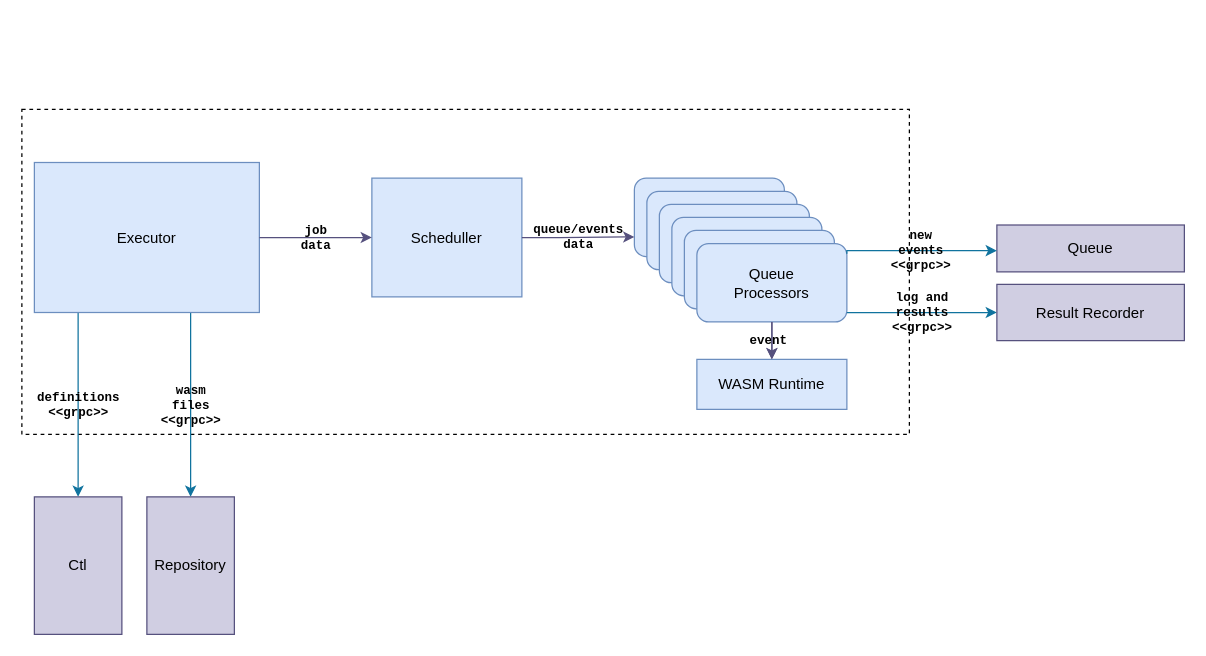
andrescosta/jobico-fn keeps this draw.io diagram as page "Executor" (8 of 14) of docs/Jobico.drawio. Above is the earlier version. Source tidied: cells renumbered, new cells numbered last; positions are measured from the earlier drawing's top-left corner, leaving out a move shared by most shapes. Both pictures are drawn from the tidied source at 125%, with x=0, y=0 at pixel (21, 109).
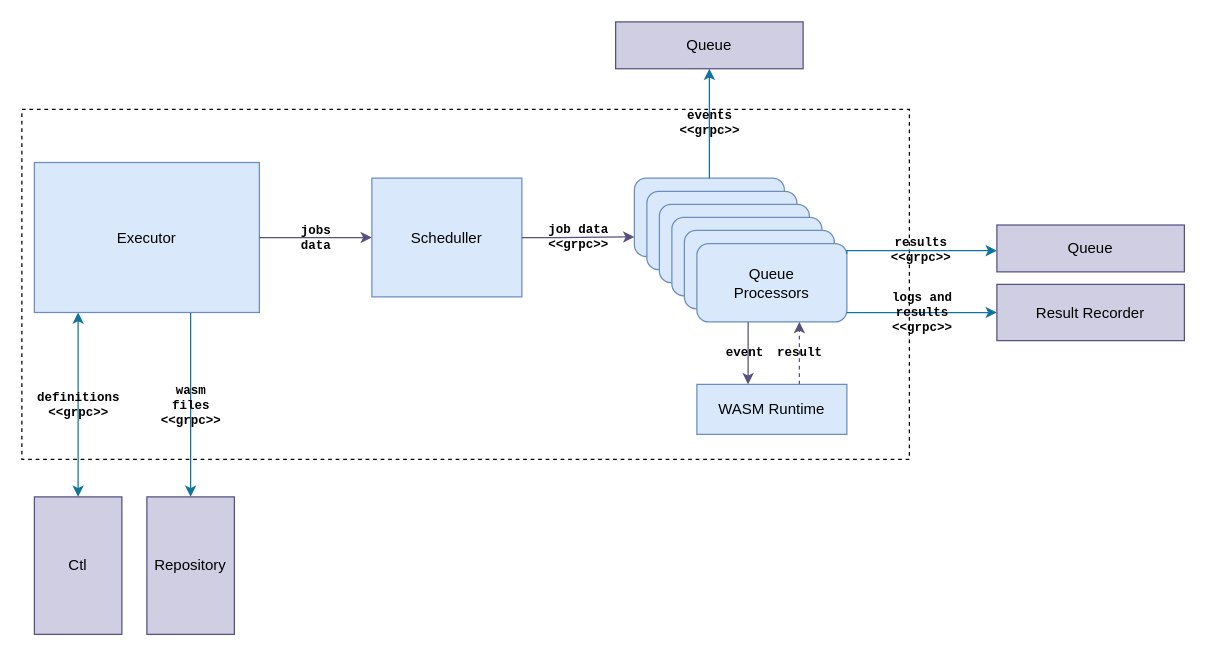
Above is the later version.

The change refers to these unchanged cells:
```xml
<mxCell id="5" value="Executor" style="rounded=0;whiteSpace=wrap;html=1;labelBackgroundColor=none;fillColor=#dae8fc;strokeColor=#6c8ebf;" parent="1" vertex="1">
  <mxGeometry x="10" y="42.5" width="180" height="120" as="geometry" />
</mxCell>
<mxCell id="6" value="Scheduller" style="rounded=0;whiteSpace=wrap;html=1;labelBackgroundColor=none;fillColor=#dae8fc;strokeColor=#6c8ebf;" parent="1" vertex="1">
  <mxGeometry x="280" y="55" width="120" height="95" as="geometry" />
</mxCell>
<mxCell id="9" style="rounded=1;whiteSpace=wrap;html=1;labelBackgroundColor=none;fillColor=#dae8fc;strokeColor=#6c8ebf;" parent="8" vertex="1">
  <mxGeometry width="120" height="62.7" as="geometry" />
</mxCell>
<mxCell id="14" value="Queue&lt;br&gt;Processors" style="rounded=1;whiteSpace=wrap;html=1;labelBackgroundColor=none;fillColor=#dae8fc;strokeColor=#6c8ebf;" parent="8" vertex="1">
  <mxGeometry x="50" y="52.3" width="120" height="62.7" as="geometry" />
</mxCell>
<mxCell id="19" value="Ctl" style="rounded=0;whiteSpace=wrap;html=1;labelBackgroundColor=none;fillColor=#d0cee2;strokeColor=#56517e;" parent="1" vertex="1">
  <mxGeometry x="10" y="310" width="70" height="110" as="geometry" />
</mxCell>
```

Diff of the diagram source:
```diff
@@
     <mxCell id="2" style="rounded=0;whiteSpace=wrap;html=1;dashed=1;labelBackgroundColor=none;" parent="1" vertex="1">
-      <mxGeometry width="710" height="260" as="geometry" />
+      <mxGeometry width="710" height="280" as="geometry" />
     </mxCell>
-    <mxCell id="3" value="definitions&lt;br style=&quot;font-size: 10px;&quot;&gt;&amp;lt;&amp;lt;grpc&amp;gt;&amp;gt;" style="edgeStyle=orthogonalEdgeStyle;rounded=0;jettySize=auto;html=1;labelBackgroundColor=none;fontColor=default;fillColor=#b1ddf0;strokeColor=#10739e;fontFamily=Courier New;fontStyle=1;fontSize=10;" parent="1" edge="1" source="5" target="19">
+    <mxCell id="3" value="definitions&lt;br style=&quot;font-size: 10px;&quot;&gt;&amp;lt;&amp;lt;grpc&amp;gt;&amp;gt;" style="edgeStyle=orthogonalEdgeStyle;rounded=0;jettySize=auto;html=1;labelBackgroundColor=none;fontColor=default;fillColor=#b1ddf0;strokeColor=#10739e;fontFamily=Courier New;fontStyle=1;fontSize=10;startArrow=classic;startFill=1;" parent="1" edge="1" source="5" target="19">
       <mxGeometry relative="1" as="geometry">
         <Array as="points">
           <mxPoint x="45" y="190" />
           <mxPoint x="45" y="190" />
         </Array>
       </mxGeometry>
     </mxCell>
@@
-    <mxCell id="7" value="job &lt;br style=&quot;font-size: 10px;&quot;&gt;data" style="endArrow=classic;html=1;rounded=0;entryX=0;entryY=0.5;entryDx=0;entryDy=0;labelBackgroundColor=none;fontColor=default;fillColor=#d0cee2;strokeColor=#56517e;fontFamily=Courier New;fontStyle=1;fontSize=10;" parent="1" edge="1" source="5" target="6">
+    <mxCell id="7" value="jobs&lt;br style=&quot;font-size: 10px;&quot;&gt;data" style="endArrow=classic;html=1;rounded=0;entryX=0;entryY=0.5;entryDx=0;entryDy=0;labelBackgroundColor=none;fontColor=default;fillColor=#d0cee2;strokeColor=#56517e;fontFamily=Courier New;fontStyle=1;fontSize=10;" parent="1" edge="1" source="5" target="6">
       <mxGeometry relative="1" as="geometry" />
     </mxCell>
@@
-    <mxCell id="16" value="new &lt;br style=&quot;font-size: 10px;&quot;&gt;events&lt;br style=&quot;font-size: 10px;&quot;&gt;&amp;lt;&amp;lt;grpc&amp;gt;&amp;gt;" style="edgeStyle=orthogonalEdgeStyle;rounded=0;orthogonalLoop=1;jettySize=auto;html=1;labelBackgroundColor=none;fontColor=default;fillColor=#b1ddf0;strokeColor=#10739e;fontFamily=Courier New;fontStyle=1;fontSize=10;" parent="1" edge="1">
+    <mxCell id="16" value="results&lt;br style=&quot;font-size: 10px;&quot;&gt;&amp;lt;&amp;lt;grpc&amp;gt;&amp;gt;" style="edgeStyle=orthogonalEdgeStyle;rounded=0;orthogonalLoop=1;jettySize=auto;html=1;labelBackgroundColor=none;fontColor=default;fillColor=#b1ddf0;strokeColor=#10739e;fontFamily=Courier New;fontStyle=1;fontSize=10;" parent="1" edge="1">
       <mxGeometry relative="1" as="geometry">
         <mxPoint x="660" y="115.5" as="sourcePoint" />
         <mxPoint x="780" y="113" as="targetPoint" />
         <Array as="points">
           <mxPoint x="660" y="113" />
         </Array>
       </mxGeometry>
     </mxCell>
+    <mxCell id="25" value="&lt;font style=&quot;font-size: 10px;&quot;&gt;result&lt;/font&gt;" style="edgeStyle=orthogonalEdgeStyle;rounded=0;orthogonalLoop=1;jettySize=auto;html=1;entryX=0.5;entryY=1;entryDx=0;entryDy=0;strokeColor=#56517e;align=center;verticalAlign=middle;fontFamily=Courier New;fontSize=11;fontColor=default;fontStyle=1;labelBackgroundColor=none;endArrow=classic;fillColor=#d0cee2;dashed=1;" parent="1" edge="1">
+      <mxGeometry relative="1" as="geometry">
+        <mxPoint x="622" y="220" as="sourcePoint" />
+        <mxPoint x="622" y="170" as="targetPoint" />
+      </mxGeometry>
+    </mxCell>
     <mxCell id="17" value="WASM Runtime" style="rounded=0;whiteSpace=wrap;html=1;labelBackgroundColor=none;fillColor=#dae8fc;strokeColor=#6c8ebf;" parent="1" vertex="1">
-      <mxGeometry x="540" y="200" width="120" height="40" as="geometry" />
+      <mxGeometry x="540" y="220" width="120" height="40" as="geometry" />
     </mxCell>
-    <mxCell id="18" value="&lt;font face=&quot;Courier New&quot; style=&quot;font-size: 10px;&quot;&gt;&lt;b style=&quot;font-size: 10px;&quot;&gt;event&amp;nbsp;&lt;/b&gt;&lt;/font&gt;" style="endArrow=classic;html=1;rounded=0;exitX=0.5;exitY=1;exitDx=0;exitDy=0;entryX=0.5;entryY=0;entryDx=0;entryDy=0;labelBackgroundColor=none;fontColor=default;fillColor=#d0cee2;strokeColor=#56517e;fontSize=10;" parent="1" edge="1" source="14" target="17">
-      <mxGeometry relative="1" as="geometry" />
+    <mxCell id="18" value="&lt;font face=&quot;Courier New&quot; style=&quot;font-size: 10px;&quot;&gt;&lt;b style=&quot;font-size: 10px;&quot;&gt;event&amp;nbsp;&lt;/b&gt;&lt;/font&gt;" style="endArrow=classic;html=1;rounded=0;exitX=0.5;exitY=1;exitDx=0;exitDy=0;entryX=0.5;entryY=0;entryDx=0;entryDy=0;labelBackgroundColor=none;fontColor=default;fillColor=#d0cee2;strokeColor=#56517e;fontSize=10;" parent="1" edge="1">
+      <mxGeometry relative="1" as="geometry">
+        <mxPoint x="581" y="170" as="sourcePoint" />
+        <mxPoint x="581" y="220" as="targetPoint" />
+      </mxGeometry>
     </mxCell>
@@
-    <mxCell id="20" value="queue/events&lt;br style=&quot;font-size: 10px;&quot;&gt;data" style="edgeStyle=orthogonalEdgeStyle;rounded=0;jettySize=auto;html=1;entryX=0;entryY=0.75;entryDx=0;entryDy=0;labelBackgroundColor=none;fontColor=default;fillColor=#d0cee2;strokeColor=#56517e;fontFamily=Courier New;fontStyle=1;fontSize=10;" parent="1" edge="1" source="6" target="9">
+    <mxCell id="20" value="job data&lt;br&gt;&amp;lt;&amp;lt;grpc&amp;gt;&amp;gt;" style="edgeStyle=orthogonalEdgeStyle;rounded=0;jettySize=auto;html=1;entryX=0;entryY=0.75;entryDx=0;entryDy=0;labelBackgroundColor=none;fontColor=default;fillColor=#d0cee2;strokeColor=#56517e;fontFamily=Courier New;fontStyle=1;fontSize=10;" parent="1" edge="1" source="6" target="9">
       <mxGeometry relative="1" as="geometry">
         <Array as="points">
           <mxPoint x="430" y="102" />
           <mxPoint x="430" y="102" />
         </Array>
       </mxGeometry>
     </mxCell>
@@
-    <mxCell id="22" value="log and &lt;br style=&quot;font-size: 10px;&quot;&gt;results&lt;br style=&quot;font-size: 10px;&quot;&gt;&amp;lt;&amp;lt;grpc&amp;gt;&amp;gt;" style="edgeStyle=orthogonalEdgeStyle;rounded=0;orthogonalLoop=1;jettySize=auto;html=1;labelBackgroundColor=none;fontColor=default;fillColor=#b1ddf0;strokeColor=#10739e;fontFamily=Courier New;fontStyle=1;fontSize=10;" parent="1" edge="1">
+    <mxCell id="22" value="logs and &lt;br style=&quot;font-size: 10px;&quot;&gt;results&lt;br style=&quot;font-size: 10px;&quot;&gt;&amp;lt;&amp;lt;grpc&amp;gt;&amp;gt;" style="edgeStyle=orthogonalEdgeStyle;rounded=0;orthogonalLoop=1;jettySize=auto;html=1;labelBackgroundColor=none;fontColor=default;fillColor=#b1ddf0;strokeColor=#10739e;fontFamily=Courier New;fontStyle=1;fontSize=10;" parent="1" edge="1">
       <mxGeometry relative="1" as="geometry">
         <mxPoint x="660" y="162.5" as="sourcePoint" />
         <mxPoint x="780" y="162.5" as="targetPoint" />
         <Array as="points">
           <mxPoint x="690" y="162.5" />
           <mxPoint x="690" y="162.5" />
         </Array>
       </mxGeometry>
     </mxCell>
@@
-    <mxCell id="24" style="edgeStyle=orthogonalEdgeStyle;jettySize=auto;html=1;rounded=0;strokeColor=#56517e;align=center;verticalAlign=middle;fontFamily=Courier New;fontSize=11;fontColor=default;fontStyle=1;labelBackgroundColor=none;endArrow=classic;fillColor=#d0cee2;" parent="1" edge="1" source="14" target="17">
-      <mxGeometry relative="1" as="geometry" />
-    </mxCell>
+    <mxCell id="26" value="Queue" style="rounded=0;whiteSpace=wrap;html=1;labelBackgroundColor=none;fillColor=#d0cee2;strokeColor=#56517e;" parent="1" vertex="1">
+      <mxGeometry x="475" y="-70" width="150" height="37.5" as="geometry" />
+    </mxCell>
+    <mxCell id="27" value="events&lt;br&gt;&amp;lt;&amp;lt;grpc&amp;gt;&amp;gt;" style="edgeStyle=orthogonalEdgeStyle;rounded=0;jettySize=auto;html=1;entryX=0.5;entryY=1;entryDx=0;entryDy=0;strokeColor=#10739e;align=center;verticalAlign=middle;fontFamily=Courier New;fontSize=10;fontColor=default;fontStyle=1;labelBackgroundColor=none;endArrow=classic;fillColor=#b1ddf0;" parent="1" edge="1" source="9" target="26">
+      <mxGeometry relative="1" as="geometry" />
+    </mxCell>
```
